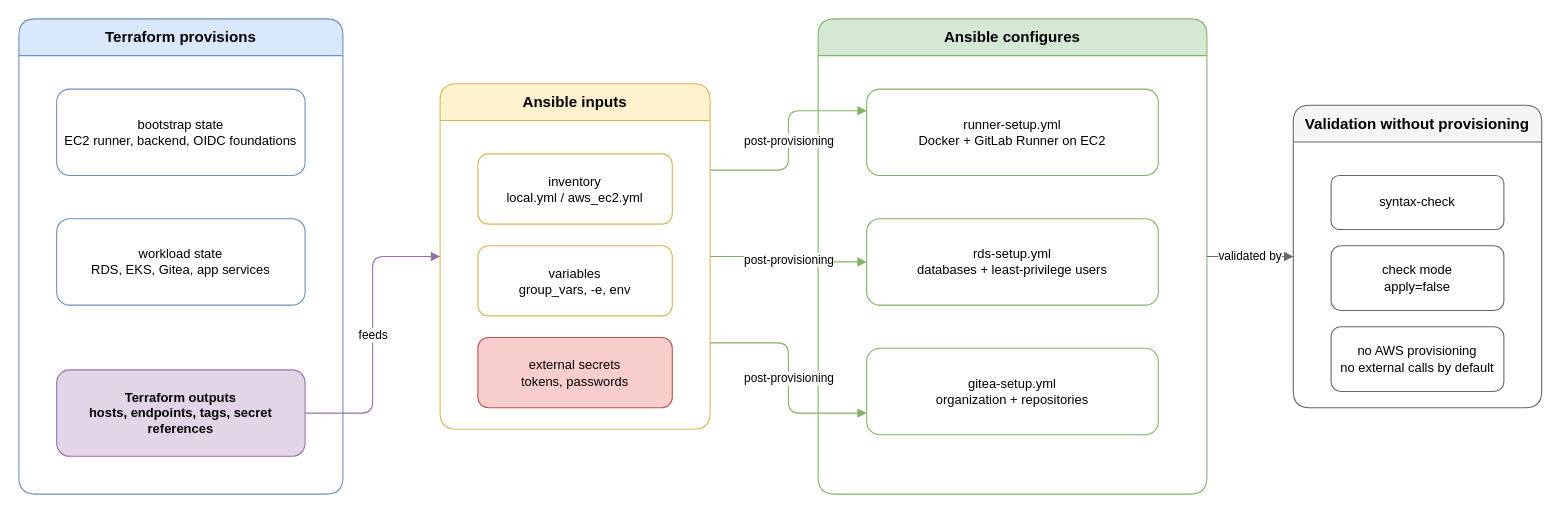
Above: docs/diagrams/terraform-ansible-boundary.drawio in ClementV78/shop-demo (draw.io), before the change. Source tidied: cells renumbered, new cells numbered last; positions are measured from the earlier drawing's top-left corner, leaving out a move shared by most shapes. Both pictures are drawn from the tidied source at 108%, with x=0, y=0 at pixel (18, 18).
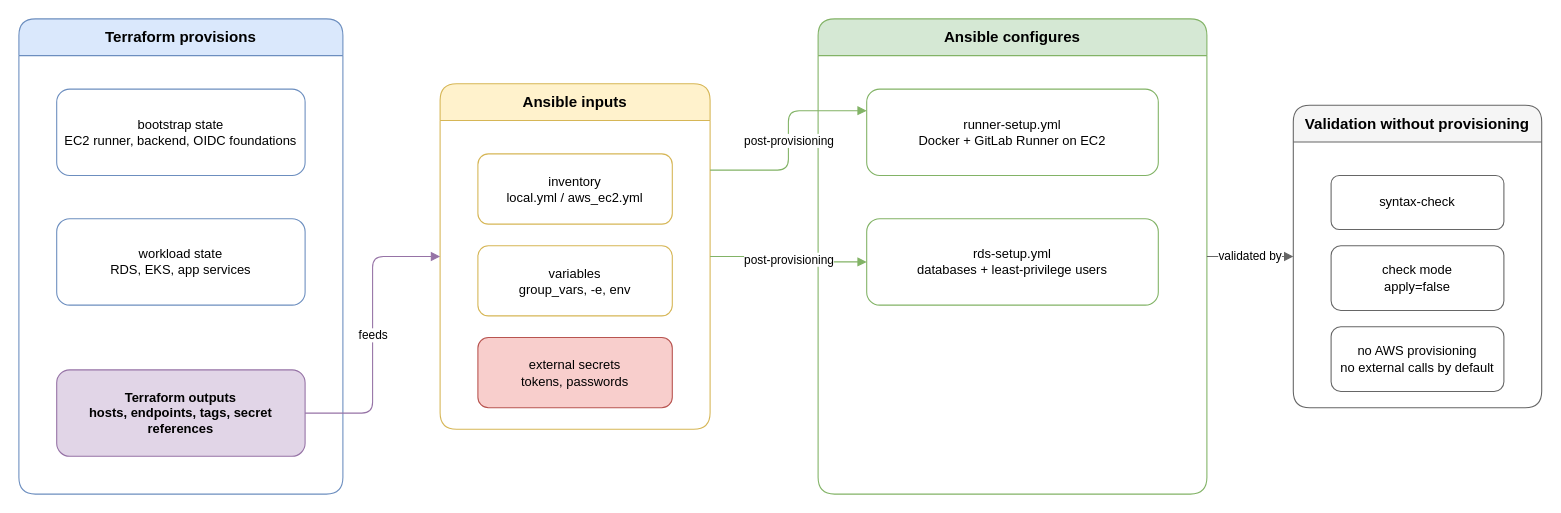
After the change.

The change refers to these unchanged cells:
```xml
<mxCell id="2" value="Terraform provisions" style="swimlane;startSize=34;rounded=1;whiteSpace=wrap;html=1;fillColor=#dae8fc;strokeColor=#6c8ebf;fontStyle=1;fontSize=14;" parent="1" vertex="1">
  <mxGeometry width="300" height="440" as="geometry" />
</mxCell>
<mxCell id="6" value="Ansible inputs" style="swimlane;startSize=34;rounded=1;whiteSpace=wrap;html=1;fillColor=#fff2cc;strokeColor=#d6b656;fontStyle=1;fontSize=14;" parent="1" vertex="1">
  <mxGeometry x="390" y="60" width="250" height="320" as="geometry" />
</mxCell>
<mxCell id="10" value="Ansible configures" style="swimlane;startSize=34;rounded=1;whiteSpace=wrap;html=1;fillColor=#d5e8d4;strokeColor=#82b366;fontStyle=1;fontSize=14;" parent="1" vertex="1">
  <mxGeometry x="740" width="360" height="440" as="geometry" />
</mxCell>
```

Change to the diagram source:
```diff
@@
-    <mxCell id="4" value="workload state&#10;RDS, EKS, Gitea, app services" style="rounded=1;whiteSpace=wrap;html=1;fillColor=#ffffff;strokeColor=#6c8ebf;fontSize=12;" parent="2" vertex="1">
+    <mxCell id="4" value="workload state&#10;RDS, EKS, app services" style="rounded=1;whiteSpace=wrap;html=1;fillColor=#ffffff;strokeColor=#6c8ebf;fontSize=12;" parent="2" vertex="1">
       <mxGeometry x="35" y="185" width="230" height="80" as="geometry" />
     </mxCell>
@@
-    <mxCell id="13" value="gitea-setup.yml&#10;organization + repositories" style="rounded=1;whiteSpace=wrap;html=1;fillColor=#ffffff;strokeColor=#82b366;fontSize=12;" parent="10" vertex="1">
-      <mxGeometry x="45" y="305" width="270" height="80" as="geometry" />
-    </mxCell>
@@
-    <mxCell id="21" value="post-provisioning" style="edgeStyle=orthogonalEdgeStyle;rounded=1;jettySize=auto;html=1;endArrow=block;strokeColor=#82b366;exitX=1;exitY=0.75;entryX=0;entryY=0.75;labelBackgroundColor=#ffffff;" parent="1" edge="1" source="6" target="13">
-      <mxGeometry relative="1" as="geometry" />
-    </mxCell>
```
